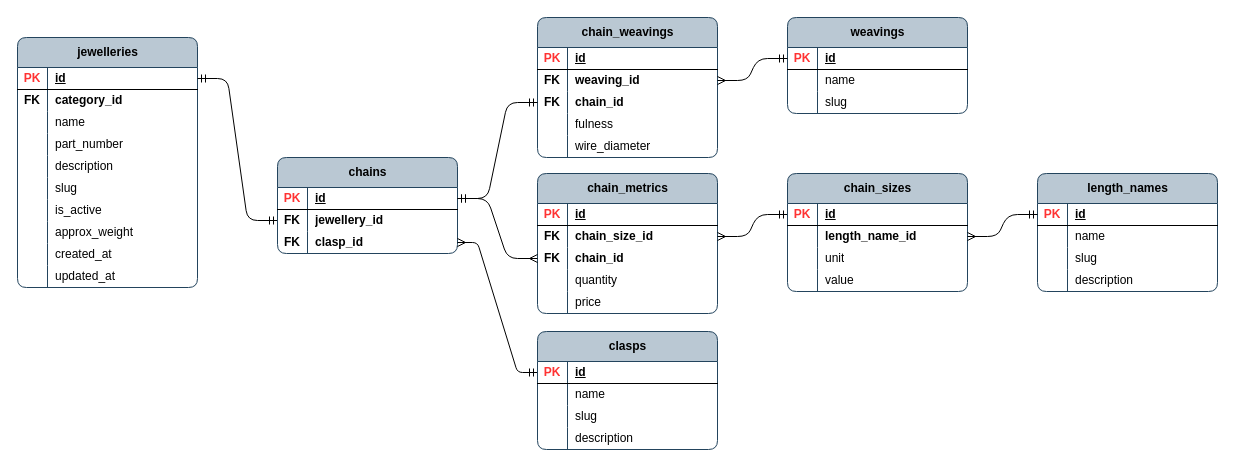
The draw.io diagram page "jw_chain_props" (10 of 15) of publisher/laravel-app/psql_jewellery_items.drawio in Local-development-environment/msg-brokers-publisher-consumer, before the edit. Source tidied: cells renumbered, new cells numbered last; positions are measured from the earlier drawing's top-left corner, leaving out a move shared by most shapes. Both pictures are drawn from the tidied source at 100%, with x=0, y=0 at pixel (17, 17).
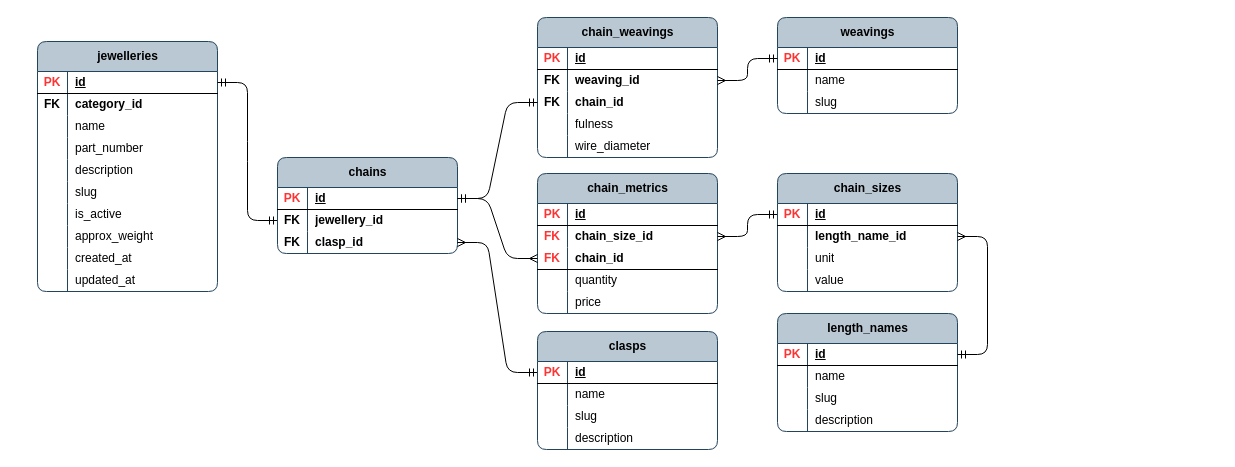
Above is the later version.

The change refers to these unchanged cells:
```xml
<mxCell id="41" style="shape=tableRow;horizontal=0;startSize=0;swimlaneHead=0;swimlaneBody=0;fillColor=none;points=[[0,0.5],[1,0.5]];portConstraint=eastwest;top=0;left=0;right=0;bottom=0;rounded=0;" parent="34" vertex="1">
  <mxGeometry y="74" width="180" height="22" as="geometry" />
</mxCell>
<mxCell id="54" value="chain_metrics" style="shape=table;startSize=30;childLayout=tableLayout;rowLines=0;fontStyle=1;align=center;html=1;rounded=1;swimlaneFillColor=none;fillColor=#bac8d3;strokeColor=#23445d;columnLines=1;arcSize=10;" parent="1" vertex="1">
  <mxGeometry x="520" y="156" width="180" height="140" as="geometry" />
</mxCell>
<mxCell id="58" style="shape=tableRow;horizontal=0;startSize=0;swimlaneHead=0;swimlaneBody=0;fillColor=none;points=[[0,0.5],[1,0.5]];portConstraint=eastwest;top=0;left=0;right=0;bottom=0;rounded=0;" parent="54" vertex="1">
  <mxGeometry y="52" width="180" height="22" as="geometry" />
</mxCell>
<mxCell id="76" style="shape=tableRow;horizontal=0;startSize=0;swimlaneHead=0;swimlaneBody=0;fillColor=none;points=[[0,0.5],[1,0.5]];portConstraint=eastwest;top=0;left=0;right=0;bottom=0;rounded=0;" parent="72" vertex="1">
  <mxGeometry y="52" width="180" height="22" as="geometry" />
</mxCell>
<mxCell id="105" style="shape=tableRow;horizontal=0;startSize=0;swimlaneHead=0;swimlaneBody=0;fillColor=none;points=[[0,0.5],[1,0.5]];portConstraint=eastwest;top=0;left=0;right=0;bottom=1;rounded=0;" parent="104" vertex="1">
  <mxGeometry y="30" width="180" height="22" as="geometry" />
</mxCell>
<mxCell id="118" style="shape=tableRow;horizontal=0;startSize=0;swimlaneHead=0;swimlaneBody=0;fillColor=none;points=[[0,0.5],[1,0.5]];portConstraint=eastwest;top=0;left=0;right=0;bottom=1;rounded=0;" parent="117" vertex="1">
  <mxGeometry y="30" width="180" height="22" as="geometry" />
</mxCell>
```

What changed in the source:
```diff
@@
     <mxCell id="2" value="jewelleries" style="shape=table;startSize=30;childLayout=tableLayout;rowLines=0;fontStyle=1;align=center;html=1;rounded=1;swimlaneFillColor=none;fillColor=#bac8d3;strokeColor=#23445d;columnLines=1;arcSize=10;" parent="1" vertex="1">
-      <mxGeometry y="20" width="180" height="250" as="geometry" />
+      <mxGeometry x="20" y="24" width="180" height="250" as="geometry" />
     </mxCell>
@@
     <mxCell id="44" value="weavings" style="shape=table;startSize=30;childLayout=tableLayout;rowLines=0;fontStyle=1;align=center;html=1;rounded=1;swimlaneFillColor=none;fillColor=#bac8d3;strokeColor=#23445d;columnLines=1;arcSize=10;" parent="1" vertex="1">
-      <mxGeometry x="770" width="180" height="96" as="geometry" />
+      <mxGeometry x="760" width="180" height="96" as="geometry" />
     </mxCell>
@@
-    <mxCell id="59" value="&lt;b&gt;FK&lt;/b&gt;" style="shape=partialRectangle;fillColor=none;top=0;left=0;bottom=0;right=0;overflow=hidden;whiteSpace=wrap;html=1;" parent="58" vertex="1">
+    <mxCell id="59" value="&lt;b&gt;&lt;font style=&quot;color: rgb(255, 51, 51);&quot;&gt;FK&lt;/font&gt;&lt;/b&gt;" style="shape=partialRectangle;fillColor=none;top=0;left=0;bottom=0;right=0;overflow=hidden;whiteSpace=wrap;html=1;" parent="58" vertex="1">
       <mxGeometry width="30" height="22" as="geometry" />
     </mxCell>
@@
-    <mxCell id="61" style="shape=tableRow;horizontal=0;startSize=0;swimlaneHead=0;swimlaneBody=0;fillColor=none;points=[[0,0.5],[1,0.5]];portConstraint=eastwest;top=0;left=0;right=0;bottom=0;rounded=0;" parent="54" vertex="1">
+    <mxCell id="61" style="shape=tableRow;horizontal=0;startSize=0;swimlaneHead=0;swimlaneBody=0;fillColor=none;points=[[0,0.5],[1,0.5]];portConstraint=eastwest;top=0;left=0;right=0;bottom=1;rounded=0;" parent="54" vertex="1">
       <mxGeometry y="74" width="180" height="22" as="geometry" />
     </mxCell>
-    <mxCell id="62" value="&lt;b&gt;FK&lt;/b&gt;" style="shape=partialRectangle;fillColor=none;top=0;left=0;bottom=0;right=0;overflow=hidden;whiteSpace=wrap;html=1;" parent="61" vertex="1">
+    <mxCell id="62" value="&lt;b&gt;&lt;font style=&quot;color: rgb(255, 51, 51);&quot;&gt;FK&lt;/font&gt;&lt;/b&gt;" style="shape=partialRectangle;fillColor=none;top=0;left=0;bottom=0;right=0;overflow=hidden;whiteSpace=wrap;html=1;" parent="61" vertex="1">
       <mxGeometry width="30" height="22" as="geometry" />
     </mxCell>
@@
     <mxCell id="72" value="chain_sizes" style="shape=table;startSize=30;childLayout=tableLayout;rowLines=0;fontStyle=1;align=center;html=1;rounded=1;swimlaneFillColor=none;fillColor=#bac8d3;strokeColor=#23445d;columnLines=1;arcSize=10;" parent="1" vertex="1">
-      <mxGeometry x="770" y="156" width="180" height="118" as="geometry" />
+      <mxGeometry x="760" y="156" width="180" height="118" as="geometry" />
     </mxCell>
@@
-    <mxCell id="103" style="edgeStyle=entityRelationEdgeStyle;fontSize=12;html=1;endArrow=ERmany;rounded=1;curved=0;entryX=1;entryY=0.5;entryDx=0;entryDy=0;startArrow=ERmandOne;startFill=0;arcSize=10;segment=20;strokeOpacity=100;exitX=0;exitY=0.5;exitDx=0;exitDy=0;" parent="1" edge="1" source="105" target="41">
+    <mxCell id="103" style="edgeStyle=entityRelationEdgeStyle;fontSize=12;html=1;endArrow=ERmany;rounded=1;curved=0;entryX=1;entryY=0.5;entryDx=0;entryDy=0;startArrow=ERmandOne;startFill=0;arcSize=20;segment=30;strokeOpacity=100;exitX=0;exitY=0.5;exitDx=0;exitDy=0;" parent="1" edge="1" source="105" target="41">
       <mxGeometry relative="1" as="geometry" />
     </mxCell>
@@
     <mxCell id="117" value="length_names" style="shape=table;startSize=30;childLayout=tableLayout;rowLines=0;fontStyle=1;align=center;html=1;rounded=1;swimlaneFillColor=none;fillColor=#bac8d3;strokeColor=#23445d;columnLines=1;arcSize=10;" parent="1" vertex="1">
-      <mxGeometry x="1020" y="156" width="180" height="118" as="geometry" />
+      <mxGeometry x="760" y="296" width="180" height="118" as="geometry" />
     </mxCell>
@@
-    <mxCell id="130" style="edgeStyle=entityRelationEdgeStyle;fontSize=12;html=1;endArrow=ERmany;rounded=1;curved=0;exitX=0;exitY=0.5;exitDx=0;exitDy=0;startArrow=ERmandOne;startFill=0;entryX=1;entryY=0.5;entryDx=0;entryDy=0;" parent="1" edge="1" source="118" target="76">
+    <mxCell id="130" style="edgeStyle=entityRelationEdgeStyle;fontSize=12;html=1;endArrow=ERmany;rounded=1;curved=0;exitX=1;exitY=0.5;exitDx=0;exitDy=0;startArrow=ERmandOne;startFill=0;entryX=1;entryY=0.5;entryDx=0;entryDy=0;" parent="1" edge="1" source="118" target="76">
       <mxGeometry relative="1" as="geometry" />
     </mxCell>
```
